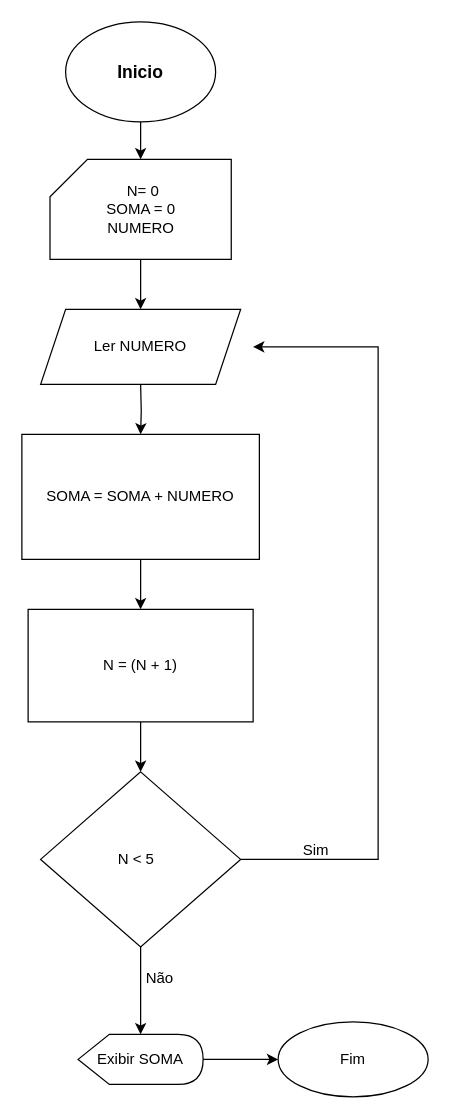
Earlier version of the draw.io diagram FluxoAula1.drawio (Hevee06/Projetos_Diagrama.oi). Source tidied: cells renumbered, new cells numbered last; positions are measured from the earlier drawing's top-left corner, leaving out a move shared by most shapes. Both pictures are drawn from the tidied source at 125%, with x=0, y=0 at pixel (21, 21).
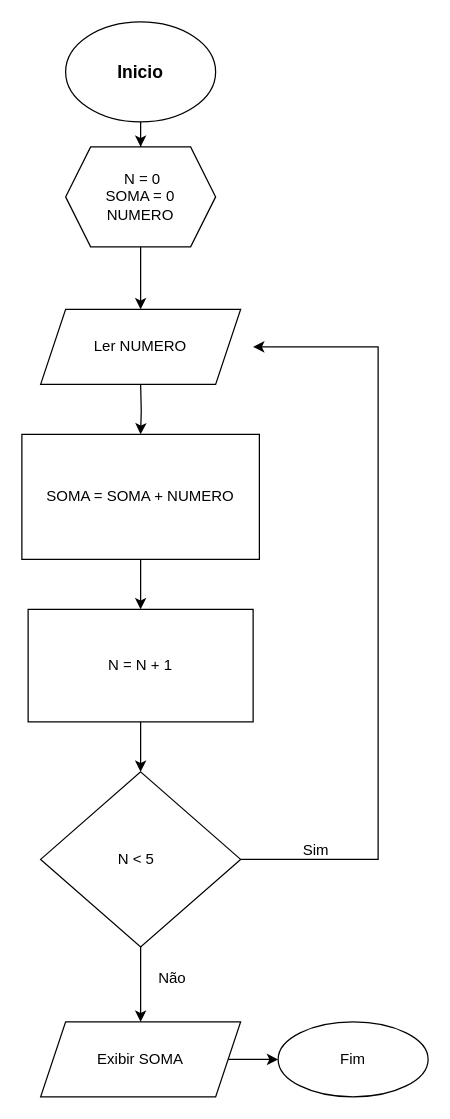
The same page after the edit.

The change refers to these unchanged cells:
```xml
<mxCell id="3" value="&lt;b&gt;&lt;font style=&quot;font-size: 14px;&quot;&gt;Inicio&lt;/font&gt;&lt;/b&gt;" style="ellipse;whiteSpace=wrap;html=1;" parent="1" vertex="1">
  <mxGeometry x="35" width="120" height="80" as="geometry" />
</mxCell>
<mxCell id="4" value="Ler NUMERO" style="shape=parallelogram;perimeter=parallelogramPerimeter;whiteSpace=wrap;html=1;fixedSize=1;" parent="1" vertex="1">
  <mxGeometry x="15" y="230" width="160" height="60" as="geometry" />
</mxCell>
<mxCell id="5" value="N &amp;lt; 5&amp;nbsp;&amp;nbsp;" style="rhombus;whiteSpace=wrap;html=1;" parent="1" vertex="1">
  <mxGeometry x="15" y="600" width="160" height="140" as="geometry" />
</mxCell>
```

Diff of the diagram source:
```diff
@@
-    <mxCell id="2" style="edgeStyle=orthogonalEdgeStyle;rounded=0;jettySize=auto;html=1;" parent="1" edge="1" source="3" target="19">
-      <mxGeometry relative="1" as="geometry" />
-    </mxCell>
+    <mxCell id="20" style="edgeStyle=orthogonalEdgeStyle;rounded=0;jettySize=auto;html=1;" parent="1" edge="1" source="3" target="23">
+      <mxGeometry relative="1" as="geometry" />
+    </mxCell>
@@
+    <mxCell id="21" style="edgeStyle=orthogonalEdgeStyle;rounded=0;jettySize=auto;html=1;" parent="1" edge="1" source="5" target="15">
+      <mxGeometry relative="1" as="geometry" />
+    </mxCell>
@@
-    <mxCell id="10" value="N = (N + 1)" style="rounded=0;whiteSpace=wrap;html=1;" parent="1" vertex="1">
+    <mxCell id="10" value="N = N + 1" style="rounded=0;whiteSpace=wrap;html=1;" parent="1" vertex="1">
       <mxGeometry x="5" y="470" width="180" height="90" as="geometry" />
     </mxCell>
@@
-    <mxCell id="13" style="edgeStyle=none;orthogonalLoop=1;jettySize=auto;html=1;rounded=0;" parent="1" edge="1">
-      <mxGeometry relative="1" as="geometry">
-        <mxPoint x="95" y="740" as="sourcePoint" />
-        <mxPoint x="95" y="810" as="targetPoint" />
-        <Array as="points">
-          <mxPoint x="95" y="740.4" />
-        </Array>
-      </mxGeometry>
-    </mxCell>
+    <mxCell id="16" value="Fim" style="ellipse;whiteSpace=wrap;html=1;" parent="1" vertex="1">
+      <mxGeometry x="205" y="800" width="120" height="60" as="geometry" />
+    </mxCell>
+    <mxCell id="17" value="Não" style="text;html=1;align=center;verticalAlign=middle;strokeColor=none;fillColor=none;" parent="1" vertex="1">
+      <mxGeometry x="95" y="750" width="50" height="30" as="geometry" />
+    </mxCell>
+    <mxCell id="22" style="edgeStyle=orthogonalEdgeStyle;rounded=0;jettySize=auto;html=1;" parent="1" edge="1" source="23" target="4">
+      <mxGeometry relative="1" as="geometry" />
+    </mxCell>
+    <mxCell id="23" value="&amp;nbsp;N = 0&lt;div&gt;&lt;span style=&quot;background-color: initial;&quot;&gt;SOMA = 0&lt;/span&gt;&lt;/div&gt;&lt;div&gt;&lt;span style=&quot;background-color: initial;&quot;&gt;NUMERO&lt;/span&gt;&lt;/div&gt;" style="shape=hexagon;perimeter=hexagonPerimeter2;whiteSpace=wrap;html=1;fixedSize=1;" parent="1" vertex="1">
+      <mxGeometry x="35" y="100" width="120" height="80" as="geometry" />
+    </mxCell>
@@
-    <mxCell id="15" value="Exibir SOMA" style="shape=display;whiteSpace=wrap;html=1;" parent="1" vertex="1">
-      <mxGeometry x="45" y="810" width="100" height="40" as="geometry" />
+    <mxCell id="15" value="Exibir SOMA" style="shape=parallelogram;perimeter=parallelogramPerimeter;whiteSpace=wrap;html=1;fixedSize=1;" parent="1" vertex="1">
+      <mxGeometry x="15" y="800" width="160" height="60" as="geometry" />
     </mxCell>
-    <mxCell id="16" value="Fim" style="ellipse;whiteSpace=wrap;html=1;" parent="1" vertex="1">
-      <mxGeometry x="205" y="800" width="120" height="60" as="geometry" />
-    </mxCell>
-    <mxCell id="17" value="Não" style="text;html=1;align=center;verticalAlign=middle;strokeColor=none;fillColor=none;" parent="1" vertex="1">
-      <mxGeometry x="85" y="750" width="50" height="30" as="geometry" />
-    </mxCell>
-    <mxCell id="18" style="edgeStyle=orthogonalEdgeStyle;rounded=0;jettySize=auto;html=1;" parent="1" edge="1" source="19" target="4">
-      <mxGeometry relative="1" as="geometry" />
-    </mxCell>
-    <mxCell id="19" value="&amp;nbsp;N= 0&lt;div&gt;&lt;span style=&quot;background-color: initial;&quot;&gt;SOMA = 0&lt;/span&gt;&lt;/div&gt;&lt;div&gt;&lt;span style=&quot;background-color: initial;&quot;&gt;NUMERO&lt;/span&gt;&lt;/div&gt;" style="shape=card;whiteSpace=wrap;html=1;align=center;" parent="1" vertex="1">
-      <mxGeometry x="22.5" y="110" width="145" height="80" as="geometry" />
-    </mxCell>
```
